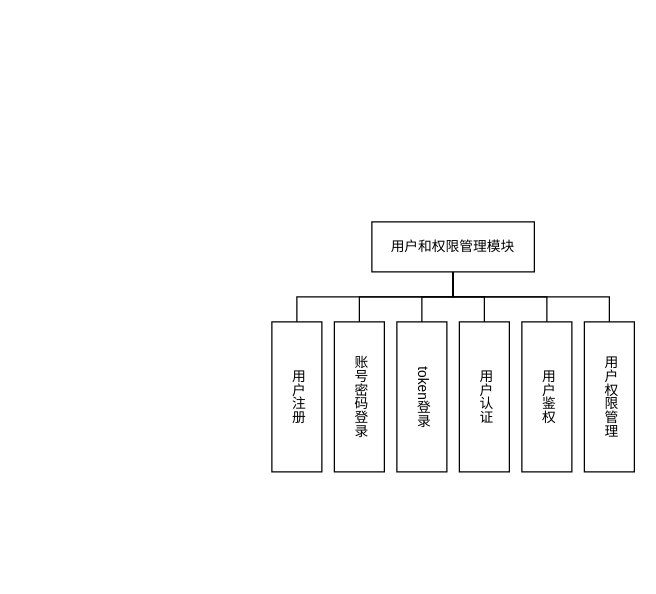
Before: page "第 3 页" (4 of 7) of 系统总体结构图.drawio in 2302680972/lighteny_diagrams, a draw.io diagram. Source tidied: cells renumbered, new cells numbered last; positions are measured from the earlier drawing's top-left corner, leaving out a move shared by most shapes. Both pictures are drawn from the tidied source at 125%, with x=0, y=0 at pixel (271, 221).
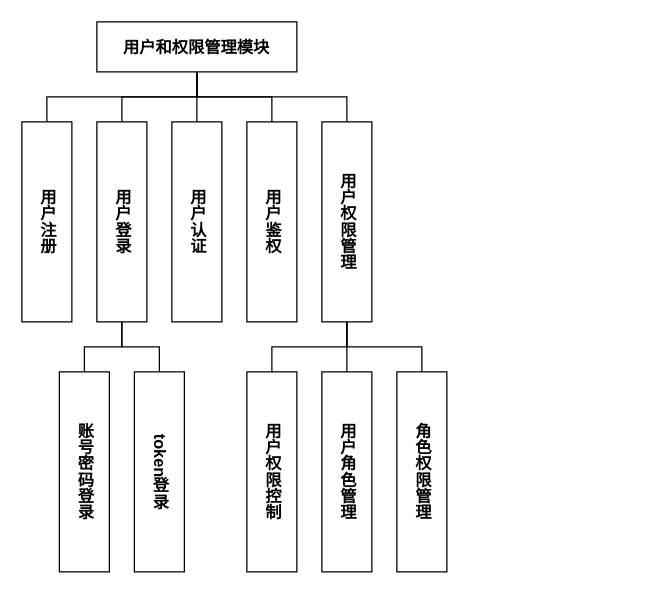
Above is the later version.

What changed in the source:
```diff
@@
+    <mxCell id="15" style="edgeStyle=orthogonalEdgeStyle;rounded=0;jettySize=auto;html=1;fontSize=13;fontFamily=宋体;endArrow=none;endFill=0;fontStyle=1;" parent="1" edge="1" source="2" target="3">
+      <mxGeometry relative="1" as="geometry">
+        <Array as="points">
+          <mxPoint x="-60" y="-100" />
+          <mxPoint x="-180" y="-100" />
+        </Array>
+      </mxGeometry>
+    </mxCell>
+    <mxCell id="16" style="edgeStyle=orthogonalEdgeStyle;rounded=0;jettySize=auto;html=1;fontSize=13;fontFamily=宋体;endArrow=none;endFill=0;fontStyle=1;" parent="1" edge="1" source="2" target="22">
+      <mxGeometry relative="1" as="geometry">
+        <Array as="points">
+          <mxPoint x="-60" y="-100" />
+          <mxPoint x="-120" y="-100" />
+        </Array>
+      </mxGeometry>
+    </mxCell>
+    <mxCell id="17" style="edgeStyle=orthogonalEdgeStyle;rounded=0;jettySize=auto;html=1;fontSize=13;fontFamily=宋体;endArrow=none;endFill=0;fontStyle=1;" parent="1" edge="1" source="2" target="6">
+      <mxGeometry relative="1" as="geometry" />
+    </mxCell>
+    <mxCell id="18" style="edgeStyle=orthogonalEdgeStyle;rounded=0;jettySize=auto;html=1;fontSize=13;fontFamily=宋体;endArrow=none;endFill=0;fontStyle=1;" parent="1" edge="1" source="2" target="7">
+      <mxGeometry relative="1" as="geometry" />
+    </mxCell>
+    <mxCell id="19" style="edgeStyle=orthogonalEdgeStyle;rounded=0;jettySize=auto;html=1;fontSize=13;fontFamily=宋体;endArrow=none;endFill=0;fontStyle=1;" parent="1" edge="1" source="2" target="13">
+      <mxGeometry relative="1" as="geometry">
+        <Array as="points">
+          <mxPoint x="-60" y="-100" />
+          <mxPoint x="60" y="-100" />
+        </Array>
+      </mxGeometry>
+    </mxCell>
-    <mxCell id="2" value="用户和权限管理模块" style="rounded=0;whiteSpace=wrap;html=1;fontSize=11;strokeWidth=1;" parent="1" vertex="1">
-      <mxGeometry x="80" width="130" height="40" as="geometry" />
+    <mxCell id="2" value="用户和权限管理模块" style="rounded=0;whiteSpace=wrap;html=1;strokeWidth=1;fontSize=13;fontFamily=宋体;fontStyle=1;" parent="1" vertex="1">
+      <mxGeometry x="-140" y="-160" width="160" height="40" as="geometry" />
     </mxCell>
-    <mxCell id="3" value="用户注册" style="rounded=0;whiteSpace=wrap;html=1;textDirection=vertical-lr;fontSize=11;strokeWidth=1;" parent="1" vertex="1">
-      <mxGeometry y="80" width="40" height="120" as="geometry" />
+    <mxCell id="3" value="用户注册" style="rounded=0;whiteSpace=wrap;html=1;textDirection=vertical-lr;strokeWidth=1;fontSize=13;fontFamily=宋体;fontStyle=1;" parent="1" vertex="1">
+      <mxGeometry x="-200" y="-80" width="40" height="160" as="geometry" />
     </mxCell>
+    <mxCell id="20" style="edgeStyle=orthogonalEdgeStyle;rounded=0;jettySize=auto;html=1;endArrow=none;endFill=0;" parent="1" edge="1" source="22" target="4">
+      <mxGeometry relative="1" as="geometry" />
+    </mxCell>
+    <mxCell id="21" style="edgeStyle=orthogonalEdgeStyle;rounded=0;jettySize=auto;html=1;endArrow=none;endFill=0;" parent="1" edge="1" source="22" target="5">
+      <mxGeometry relative="1" as="geometry" />
+    </mxCell>
+    <mxCell id="22" value="用户登录" style="rounded=0;whiteSpace=wrap;html=1;textDirection=vertical-lr;strokeWidth=1;fontSize=13;fontFamily=宋体;fontStyle=1;" parent="1" vertex="1">
+      <mxGeometry x="-140" y="-80" width="40" height="160" as="geometry" />
+    </mxCell>
+    <mxCell id="7" value="用户鉴权" style="rounded=0;whiteSpace=wrap;html=1;textDirection=vertical-lr;strokeWidth=1;fontSize=13;fontFamily=宋体;fontStyle=1;" parent="1" vertex="1">
+      <mxGeometry x="-20" y="-80" width="40" height="160" as="geometry" />
+    </mxCell>
+    <mxCell id="23" style="edgeStyle=orthogonalEdgeStyle;rounded=0;jettySize=auto;html=1;endArrow=none;endFill=0;" parent="1" edge="1" source="13" target="26">
+      <mxGeometry relative="1" as="geometry">
+        <Array as="points">
+          <mxPoint x="60" y="100" />
+          <mxPoint y="100" />
+        </Array>
+      </mxGeometry>
+    </mxCell>
+    <mxCell id="24" style="edgeStyle=orthogonalEdgeStyle;rounded=0;jettySize=auto;html=1;endArrow=none;endFill=0;" parent="1" edge="1" source="13" target="27">
+      <mxGeometry relative="1" as="geometry" />
+    </mxCell>
+    <mxCell id="25" style="edgeStyle=orthogonalEdgeStyle;rounded=0;jettySize=auto;html=1;endArrow=none;endFill=0;" parent="1" edge="1" source="13" target="28">
+      <mxGeometry relative="1" as="geometry">
+        <Array as="points">
+          <mxPoint x="60" y="100" />
+          <mxPoint x="120" y="100" />
+        </Array>
+      </mxGeometry>
+    </mxCell>
+    <mxCell id="13" value="用户权限管理" style="rounded=0;whiteSpace=wrap;html=1;textDirection=vertical-lr;strokeWidth=1;fontSize=13;fontFamily=宋体;fontStyle=1;" parent="1" vertex="1">
+      <mxGeometry x="40" y="-80" width="40" height="160" as="geometry" />
+    </mxCell>
+    <mxCell id="6" value="用户认证" style="rounded=0;whiteSpace=wrap;html=1;textDirection=vertical-lr;strokeWidth=1;fontSize=13;fontFamily=宋体;fontStyle=1;" parent="1" vertex="1">
+      <mxGeometry x="-80" y="-80" width="40" height="160" as="geometry" />
+    </mxCell>
-    <mxCell id="4" value="账号密码登录" style="rounded=0;whiteSpace=wrap;html=1;textDirection=vertical-lr;fontSize=11;strokeWidth=1;" parent="1" vertex="1">
-      <mxGeometry x="50" y="80" width="40" height="120" as="geometry" />
+    <mxCell id="4" value="账号密码登录" style="rounded=0;whiteSpace=wrap;html=1;textDirection=vertical-lr;strokeWidth=1;fontSize=13;fontFamily=宋体;fontStyle=1;" parent="1" vertex="1">
+      <mxGeometry x="-170" y="120" width="40" height="160" as="geometry" />
     </mxCell>
-    <mxCell id="5" value="token登录" style="rounded=0;whiteSpace=wrap;html=1;textDirection=vertical-lr;fontSize=11;strokeWidth=1;" parent="1" vertex="1">
-      <mxGeometry x="100" y="80" width="40" height="120" as="geometry" />
+    <mxCell id="5" value="token登录" style="rounded=0;whiteSpace=wrap;html=1;textDirection=vertical-lr;strokeWidth=1;fontSize=13;fontFamily=宋体;fontStyle=1;" parent="1" vertex="1">
+      <mxGeometry x="-110" y="120" width="40" height="160" as="geometry" />
     </mxCell>
-    <mxCell id="6" value="用户认证" style="rounded=0;whiteSpace=wrap;html=1;textDirection=vertical-lr;fontSize=11;strokeWidth=1;" parent="1" vertex="1">
-      <mxGeometry x="150" y="80" width="40" height="120" as="geometry" />
-    </mxCell>
-    <mxCell id="7" value="用户鉴权" style="rounded=0;whiteSpace=wrap;html=1;textDirection=vertical-lr;fontSize=11;strokeWidth=1;" parent="1" vertex="1">
-      <mxGeometry x="200" y="80" width="40" height="120" as="geometry" />
-    </mxCell>
-    <mxCell id="8" style="endArrow=none;html=1;rounded=0;exitX=0.5;exitY=0;exitDx=0;exitDy=0;entryX=0.5;entryY=1;entryDx=0;entryDy=0;fontSize=11;strokeWidth=1;" parent="1" edge="1" source="3" target="2">
-      <mxGeometry relative="1" as="geometry">
-        <Array as="points">
-          <mxPoint x="20" y="60" />
-          <mxPoint x="145" y="60" />
-        </Array>
-      </mxGeometry>
-    </mxCell>
-    <mxCell id="9" style="endArrow=none;html=1;rounded=0;exitX=0.5;exitY=0;exitDx=0;exitDy=0;entryX=0.5;entryY=1;entryDx=0;entryDy=0;fontSize=11;strokeWidth=1;" parent="1" edge="1" source="4" target="2">
-      <mxGeometry relative="1" as="geometry">
-        <Array as="points">
-          <mxPoint x="70" y="60" />
-          <mxPoint x="145" y="60" />
-        </Array>
-      </mxGeometry>
-    </mxCell>
-    <mxCell id="10" style="endArrow=none;html=1;rounded=0;exitX=0.5;exitY=0;exitDx=0;exitDy=0;entryX=0.5;entryY=1;entryDx=0;entryDy=0;fontSize=11;strokeWidth=1;" parent="1" edge="1" source="5" target="2">
-      <mxGeometry relative="1" as="geometry">
-        <Array as="points">
-          <mxPoint x="120" y="60" />
-          <mxPoint x="145" y="60" />
-        </Array>
-      </mxGeometry>
-    </mxCell>
-    <mxCell id="11" style="endArrow=none;html=1;rounded=0;exitX=0.5;exitY=0;exitDx=0;exitDy=0;entryX=0.5;entryY=1;entryDx=0;entryDy=0;fontSize=11;strokeWidth=1;" parent="1" edge="1" source="6" target="2">
-      <mxGeometry relative="1" as="geometry">
-        <Array as="points">
-          <mxPoint x="170" y="60" />
-          <mxPoint x="145" y="60" />
-        </Array>
-      </mxGeometry>
-    </mxCell>
-    <mxCell id="12" style="endArrow=none;html=1;rounded=0;exitX=0.5;exitY=0;exitDx=0;exitDy=0;entryX=0.5;entryY=1;entryDx=0;entryDy=0;fontSize=11;strokeWidth=1;" parent="1" edge="1" source="7" target="2">
-      <mxGeometry relative="1" as="geometry">
-        <Array as="points">
-          <mxPoint x="220" y="60" />
-          <mxPoint x="145" y="60" />
-        </Array>
-      </mxGeometry>
-    </mxCell>
-    <mxCell id="13" value="用户权限管理" style="rounded=0;whiteSpace=wrap;html=1;textDirection=vertical-lr;fontSize=11;strokeWidth=1;" parent="1" vertex="1">
-      <mxGeometry x="250" y="80" width="40" height="120" as="geometry" />
-    </mxCell>
-    <mxCell id="14" style="endArrow=none;html=1;rounded=0;exitX=0.5;exitY=0;exitDx=0;exitDy=0;entryX=0.5;entryY=1;entryDx=0;entryDy=0;fontSize=11;strokeWidth=1;" parent="1" edge="1" source="13" target="2">
-      <mxGeometry relative="1" as="geometry">
-        <Array as="points">
-          <mxPoint x="270" y="60" />
-          <mxPoint x="145" y="60" />
-        </Array>
-      </mxGeometry>
-    </mxCell>
+    <mxCell id="26" value="用户权限控制" style="rounded=0;whiteSpace=wrap;html=1;textDirection=vertical-lr;strokeWidth=1;fontSize=13;fontFamily=宋体;fontStyle=1;" parent="1" vertex="1">
+      <mxGeometry x="-20" y="120" width="40" height="160" as="geometry" />
+    </mxCell>
+    <mxCell id="27" value="用户角色管理" style="rounded=0;whiteSpace=wrap;html=1;textDirection=vertical-lr;strokeWidth=1;fontSize=13;fontFamily=宋体;fontStyle=1;" parent="1" vertex="1">
+      <mxGeometry x="40" y="120" width="40" height="160" as="geometry" />
+    </mxCell>
+    <mxCell id="28" value="角色权限管理" style="rounded=0;whiteSpace=wrap;html=1;textDirection=vertical-lr;strokeWidth=1;fontSize=13;fontFamily=宋体;fontStyle=1;" parent="1" vertex="1">
+      <mxGeometry x="100" y="120" width="40" height="160" as="geometry" />
+    </mxCell>
```
